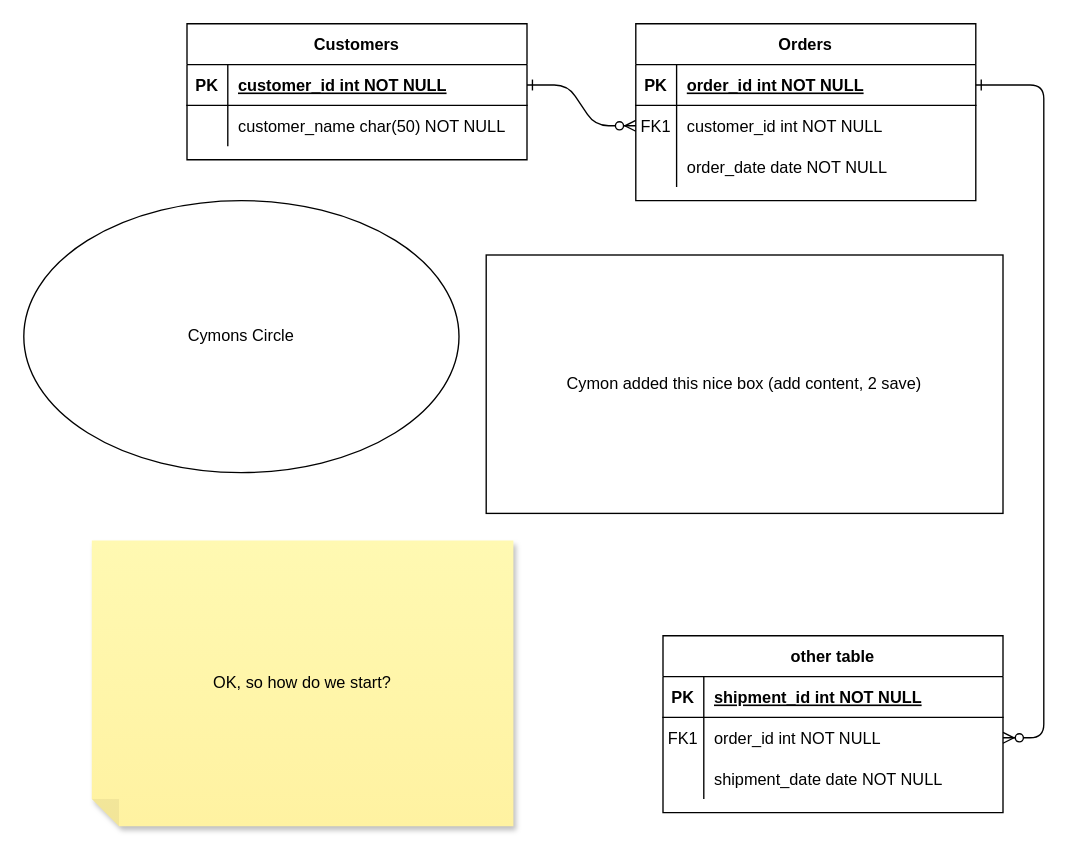
Above: SampleAnalysisDataUML.drawio in emo-bon/RDF-Semantics (draw.io), before the change. Source tidied: cells renumbered, new cells numbered last; positions are measured from the earlier drawing's top-left corner, leaving out a move shared by most shapes. Both pictures are drawn from the tidied source at 136%, with x=0, y=0 at pixel (23, 23).
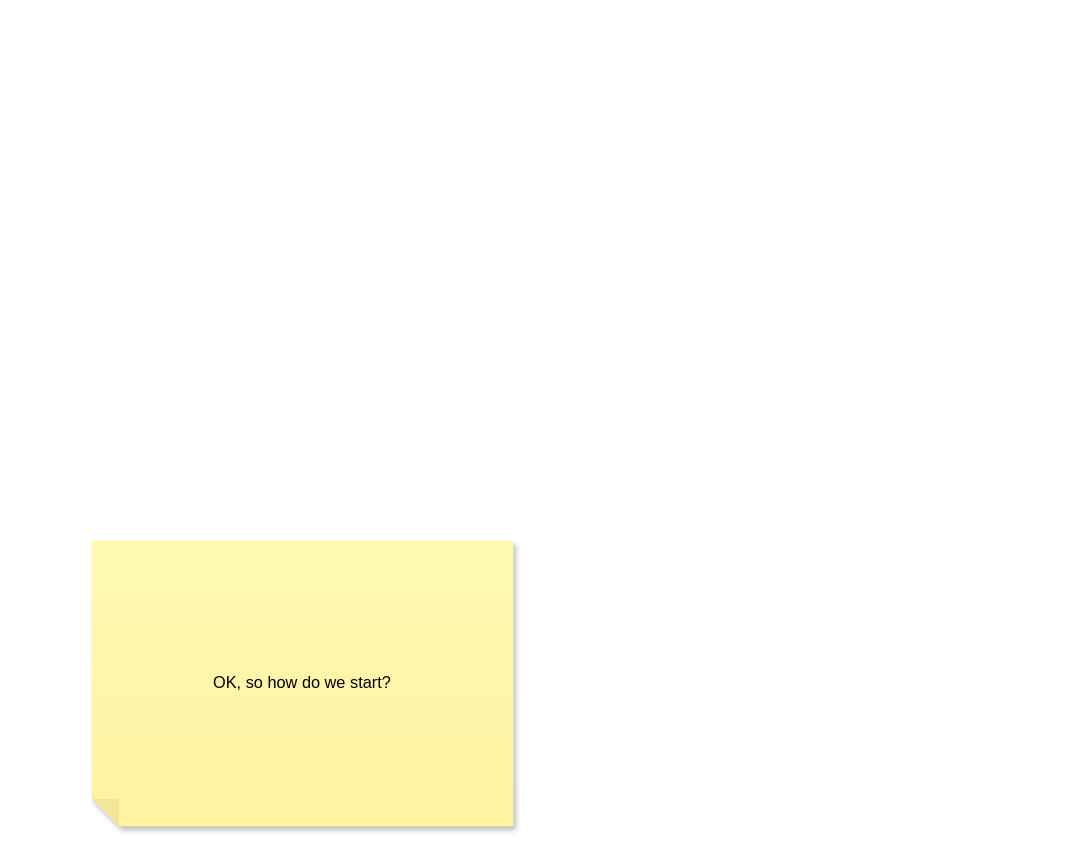
The same diagram, later.

Commit message:
Let's start

The edit, as a diff of the source:
```diff
@@
-    <mxCell id="2" style="edgeStyle=entityRelationEdgeStyle;endArrow=ERzeroToMany;startArrow=ERone;endFill=1;startFill=0;" parent="1" edge="1" source="25" target="8">
-      <mxGeometry relative="1" as="geometry" />
-    </mxCell>
-    <mxCell id="3" style="edgeStyle=entityRelationEdgeStyle;endArrow=ERzeroToMany;startArrow=ERone;endFill=1;startFill=0;" parent="1" edge="1" source="5" target="18">
-      <mxGeometry relative="1" as="geometry" />
-    </mxCell>
-    <mxCell id="4" value="Orders" style="shape=table;startSize=30;childLayout=tableLayout;rowLines=0;fontStyle=1;align=center;" parent="1" vertex="1">
-      <mxGeometry x="450" width="250" height="130" as="geometry" />
-    </mxCell>
-    <mxCell id="5" style="shape=partialRectangle;fillColor=none;points=[[0,0.5],[1,0.5]];portConstraint=eastwest;top=0;left=0;right=0;bottom=1;" parent="4" vertex="1">
-      <mxGeometry y="30" width="250" height="30" as="geometry" />
-    </mxCell>
-    <mxCell id="6" value="PK" style="shape=partialRectangle;overflow=hidden;fillColor=none;top=0;left=0;bottom=0;right=0;fontStyle=1;" parent="5" vertex="1">
-      <mxGeometry width="30" height="30" as="geometry" />
-    </mxCell>
-    <mxCell id="7" value="order_id int NOT NULL " style="shape=partialRectangle;overflow=hidden;fillColor=none;top=0;left=0;bottom=0;right=0;align=left;spacingLeft=6;fontStyle=5;" parent="5" vertex="1">
-      <mxGeometry x="30" width="220" height="30" as="geometry" />
-    </mxCell>
-    <mxCell id="8" style="shape=partialRectangle;fillColor=none;points=[[0,0.5],[1,0.5]];portConstraint=eastwest;top=0;left=0;right=0;bottom=0;" parent="4" vertex="1">
-      <mxGeometry y="60" width="250" height="30" as="geometry" />
-    </mxCell>
-    <mxCell id="9" value="FK1" style="shape=partialRectangle;overflow=hidden;fillColor=none;top=0;left=0;bottom=0;right=0;" parent="8" vertex="1">
-      <mxGeometry width="30" height="30" as="geometry" />
-    </mxCell>
-    <mxCell id="10" value="customer_id int NOT NULL" style="shape=partialRectangle;overflow=hidden;fillColor=none;top=0;left=0;bottom=0;right=0;align=left;spacingLeft=6;" parent="8" vertex="1">
-      <mxGeometry x="30" width="220" height="30" as="geometry" />
-    </mxCell>
-    <mxCell id="11" style="shape=partialRectangle;fillColor=none;top=0;left=0;right=0;bottom=0;" parent="4" vertex="1">
-      <mxGeometry y="90" width="250" height="30" as="geometry" />
-    </mxCell>
-    <mxCell id="12" style="shape=partialRectangle;overflow=hidden;fillColor=none;top=0;left=0;bottom=0;right=0;" parent="11" vertex="1">
-      <mxGeometry width="30" height="30" as="geometry" />
-    </mxCell>
-    <mxCell id="13" value="order_date date NOT NULL" style="shape=partialRectangle;overflow=hidden;fillColor=none;top=0;left=0;bottom=0;right=0;align=left;spacingLeft=6;" parent="11" vertex="1">
-      <mxGeometry x="30" width="220" height="30" as="geometry" />
-    </mxCell>
-    <mxCell id="14" value="other table" style="shape=table;startSize=30;childLayout=tableLayout;rowLines=0;fontStyle=1;align=center;" parent="1" vertex="1">
-      <mxGeometry x="470" y="450" width="250" height="130" as="geometry" />
-    </mxCell>
-    <mxCell id="15" style="shape=partialRectangle;fillColor=none;top=0;left=0;right=0;bottom=1;" parent="14" vertex="1">
-      <mxGeometry y="30" width="250" height="30" as="geometry" />
-    </mxCell>
-    <mxCell id="16" value="PK" style="shape=partialRectangle;overflow=hidden;fillColor=none;top=0;left=0;bottom=0;right=0;fontStyle=1;" parent="15" vertex="1">
-      <mxGeometry width="30" height="30" as="geometry" />
-    </mxCell>
-    <mxCell id="17" value="shipment_id int NOT NULL " style="shape=partialRectangle;overflow=hidden;fillColor=none;top=0;left=0;bottom=0;right=0;align=left;spacingLeft=6;fontStyle=5;" parent="15" vertex="1">
-      <mxGeometry x="30" width="220" height="30" as="geometry" />
-    </mxCell>
-    <mxCell id="18" style="shape=partialRectangle;fillColor=none;points=[[0,0.5],[1,0.5]];portConstraint=eastwest;top=0;left=0;right=0;bottom=0;" parent="14" vertex="1">
-      <mxGeometry y="60" width="250" height="30" as="geometry" />
-    </mxCell>
-    <mxCell id="19" value="FK1" style="shape=partialRectangle;overflow=hidden;fillColor=none;top=0;left=0;bottom=0;right=0;" parent="18" vertex="1">
-      <mxGeometry width="30" height="30" as="geometry" />
-    </mxCell>
-    <mxCell id="20" value="order_id int NOT NULL" style="shape=partialRectangle;overflow=hidden;fillColor=none;top=0;left=0;bottom=0;right=0;align=left;spacingLeft=6;" parent="18" vertex="1">
-      <mxGeometry x="30" width="220" height="30" as="geometry" />
-    </mxCell>
-    <mxCell id="21" style="shape=partialRectangle;fillColor=none;top=0;left=0;right=0;bottom=0;" parent="14" vertex="1">
-      <mxGeometry y="90" width="250" height="30" as="geometry" />
-    </mxCell>
-    <mxCell id="22" style="shape=partialRectangle;overflow=hidden;fillColor=none;top=0;left=0;bottom=0;right=0;" parent="21" vertex="1">
-      <mxGeometry width="30" height="30" as="geometry" />
-    </mxCell>
-    <mxCell id="23" value="shipment_date date NOT NULL" style="shape=partialRectangle;overflow=hidden;fillColor=none;top=0;left=0;bottom=0;right=0;align=left;spacingLeft=6;" parent="21" vertex="1">
-      <mxGeometry x="30" width="220" height="30" as="geometry" />
-    </mxCell>
-    <mxCell id="24" value="Customers" style="shape=table;startSize=30;childLayout=tableLayout;rowLines=0;fontStyle=1;align=center;" parent="1" vertex="1">
-      <mxGeometry x="120" width="250" height="100" as="geometry" />
-    </mxCell>
-    <mxCell id="25" style="shape=partialRectangle;fillColor=none;points=[[0,0.5],[1,0.5]];portConstraint=eastwest;top=0;left=0;right=0;bottom=1;" parent="24" vertex="1">
-      <mxGeometry y="30" width="250" height="30" as="geometry" />
-    </mxCell>
-    <mxCell id="26" value="PK" style="shape=partialRectangle;overflow=hidden;fillColor=none;top=0;left=0;bottom=0;right=0;fontStyle=1;" parent="25" vertex="1">
-      <mxGeometry width="30" height="30" as="geometry" />
-    </mxCell>
-    <mxCell id="27" value="customer_id int NOT NULL " style="shape=partialRectangle;overflow=hidden;fillColor=none;top=0;left=0;bottom=0;right=0;align=left;spacingLeft=6;fontStyle=5;" parent="25" vertex="1">
-      <mxGeometry x="30" width="220" height="30" as="geometry" />
-    </mxCell>
-    <mxCell id="28" style="shape=partialRectangle;fillColor=none;top=0;left=0;right=0;bottom=0;" parent="24" vertex="1">
-      <mxGeometry y="60" width="250" height="30" as="geometry" />
-    </mxCell>
-    <mxCell id="29" style="shape=partialRectangle;overflow=hidden;fillColor=none;top=0;left=0;bottom=0;right=0;" parent="28" vertex="1">
-      <mxGeometry width="30" height="30" as="geometry" />
-    </mxCell>
-    <mxCell id="30" value="customer_name char(50) NOT NULL" style="shape=partialRectangle;overflow=hidden;fillColor=none;top=0;left=0;bottom=0;right=0;align=left;spacingLeft=6;" parent="28" vertex="1">
-      <mxGeometry x="30" width="220" height="30" as="geometry" />
-    </mxCell>
-    <mxCell id="31" value="Cymon added this nice box (add content, 2 save)" style="whiteSpace=wrap;html=1;" parent="1" vertex="1">
-      <mxGeometry x="340" y="170" width="380" height="190" as="geometry" />
-    </mxCell>
-    <mxCell id="32" value="Cymons Circle" style="ellipse;whiteSpace=wrap;html=1;" parent="1" vertex="1">
-      <mxGeometry y="130" width="320" height="200" as="geometry" />
-    </mxCell>
```
